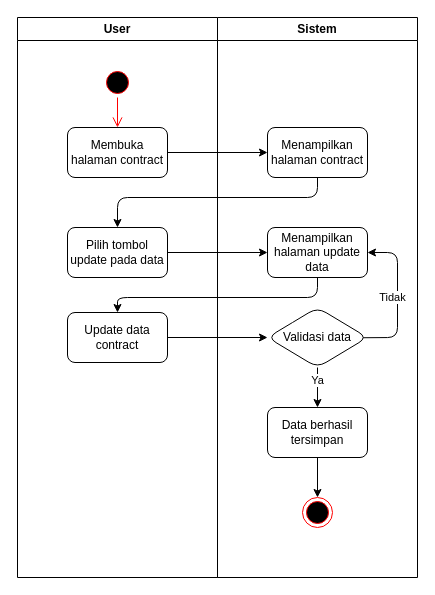
rismanrhz/idms keeps this draw.io diagram as DOKUMENTASI IDMS/contract/updatecontract.drawio. Above is the earlier version. Source tidied: cells renumbered, new cells numbered last; positions are measured from the earlier drawing's top-left corner, leaving out a move shared by most shapes. Both pictures are drawn from the tidied source at 100%, with x=0, y=0 at pixel (17, 17).
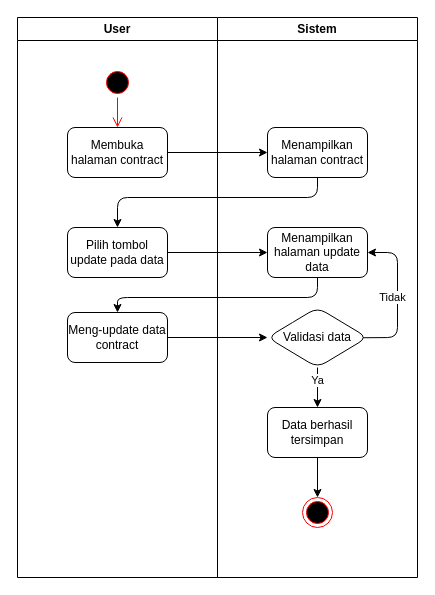
The same page after the edit.

The change refers to these unchanged cells:
```xml
<mxCell id="2" value="User" style="swimlane;whiteSpace=wrap;html=1;" parent="1" vertex="1">
  <mxGeometry width="200" height="560" as="geometry" />
</mxCell>
```

What changed in the source:
```diff
@@
-    <mxCell id="7" value="Update data contract" style="rounded=1;whiteSpace=wrap;html=1;" parent="2" vertex="1">
+    <mxCell id="7" value="Meng-update data contract" style="rounded=1;whiteSpace=wrap;html=1;" parent="2" vertex="1">
       <mxGeometry x="50" y="295" width="100" height="50" as="geometry" />
     </mxCell>
```
